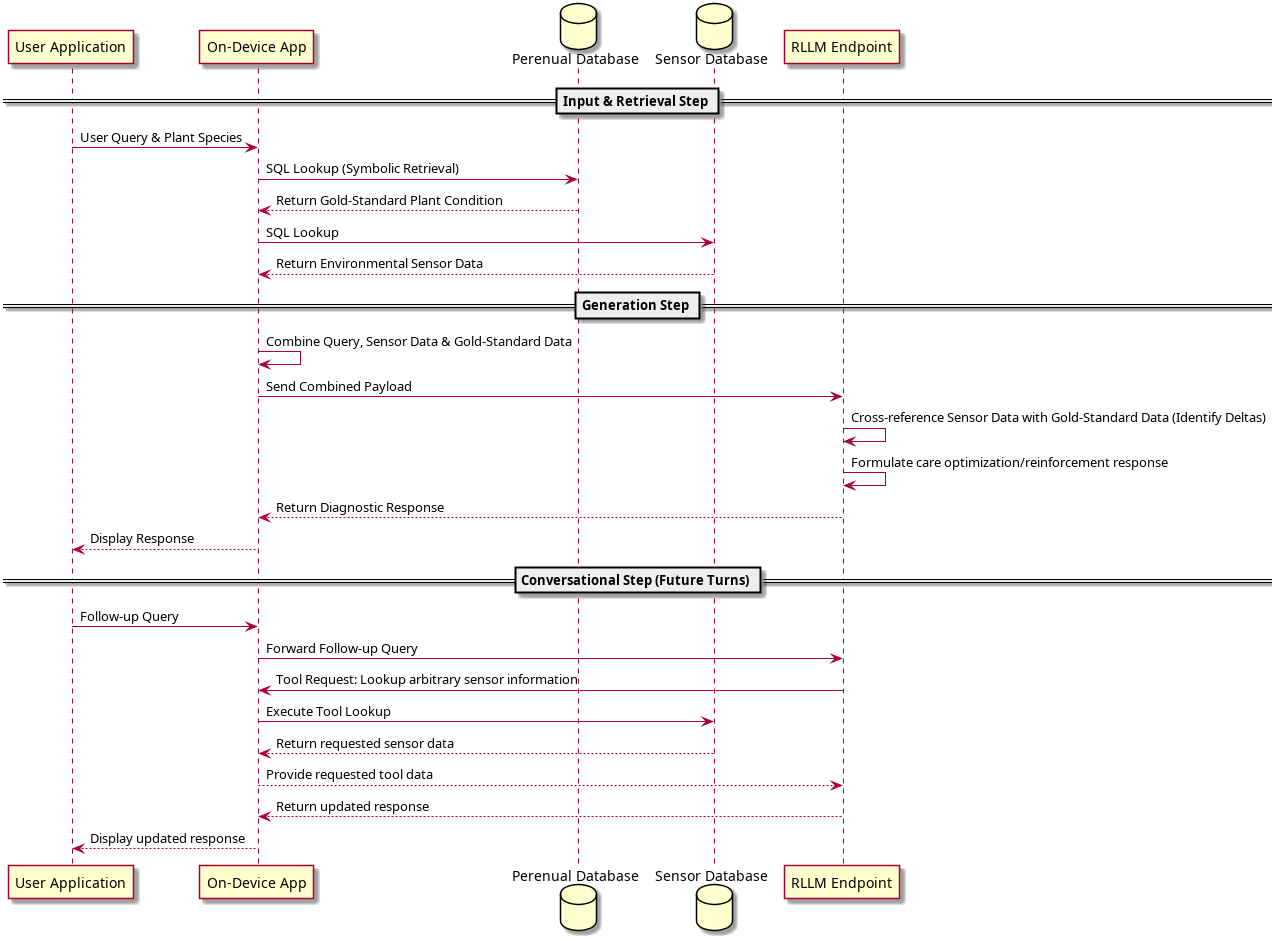
This is docs/rag-pipeline-sequence.png from actellim/plant-partner, a PlantUML export, as it was before one commit. Its source is kept beside it as docs/rag-pipeline-sequence.puml.
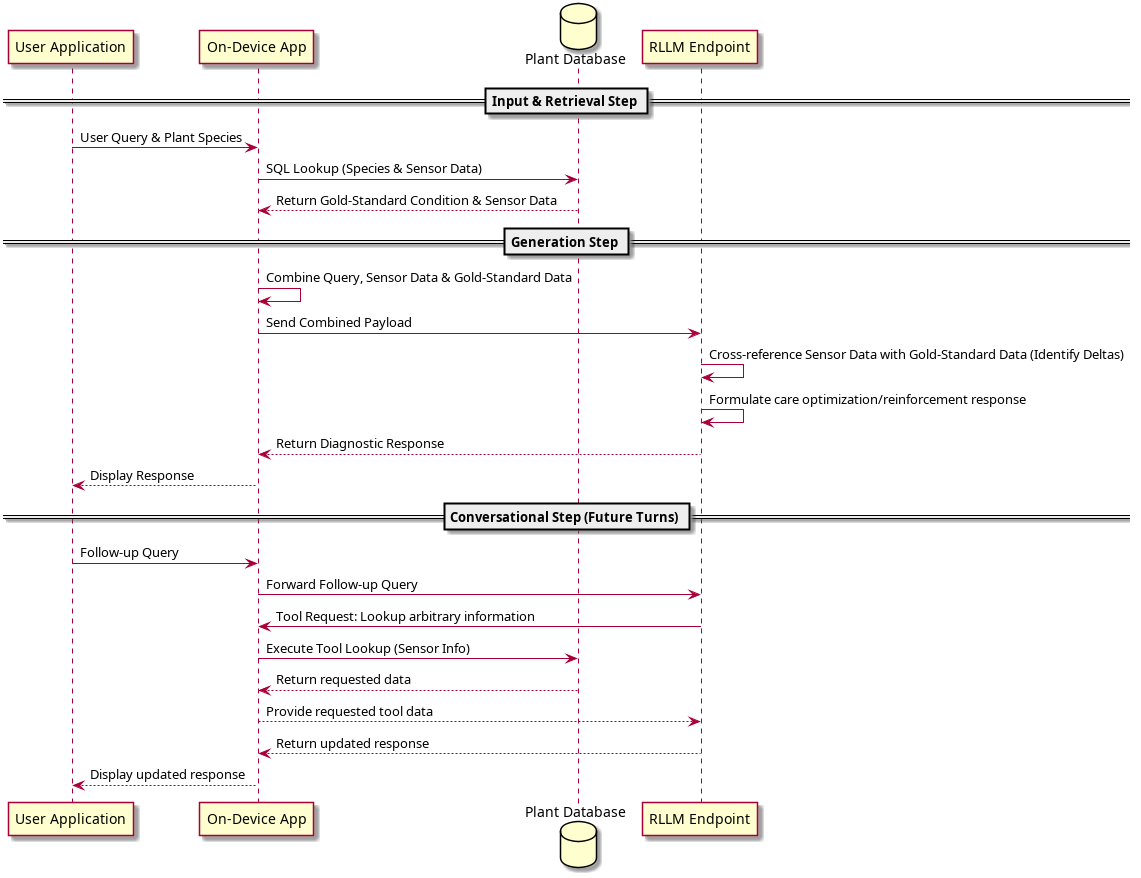
After the commit.

Commit message:
consolidated databases in sequence diagram

Change to the diagram source:
```diff
@@ -1,16 +1,13 @@
 @startuml
 participant "User Application" as App
 participant "On-Device App" as DeviceApp
-database "Perenual Database" as Perenual
-database "Sensor Database" as SensorDB
+database "Plant Database" as DB
 participant "RLLM Endpoint" as RLLM
 
 == Input & Retrieval Step ==
 App -> DeviceApp: User Query & Plant Species
-DeviceApp -> Perenual: SQL Lookup (Symbolic Retrieval)
-Perenual --> DeviceApp: Return Gold-Standard Plant Condition
-DeviceApp -> SensorDB: SQL Lookup
-SensorDB --> DeviceApp: Return Environmental Sensor Data
+DeviceApp -> DB: SQL Lookup (Species & Sensor Data)
+DB --> DeviceApp: Return Gold-Standard Condition & Sensor Data
 
 == Generation Step ==
 DeviceApp -> DeviceApp: Combine Query, Sensor Data & Gold-Standard Data
@@ -23,9 +20,9 @@
 == Conversational Step (Future Turns) ==
 App -> DeviceApp: Follow-up Query
 DeviceApp -> RLLM: Forward Follow-up Query
-RLLM -> DeviceApp: Tool Request: Lookup arbitrary sensor information
-DeviceApp -> SensorDB: Execute Tool Lookup
-SensorDB --> DeviceApp: Return requested sensor data
+RLLM -> DeviceApp: Tool Request: Lookup arbitrary information
+DeviceApp -> DB: Execute Tool Lookup (Sensor Info)
+DB --> DeviceApp: Return requested data
 DeviceApp --> RLLM: Provide requested tool data
 RLLM --> DeviceApp: Return updated response
 DeviceApp --> App: Display updated response
```
